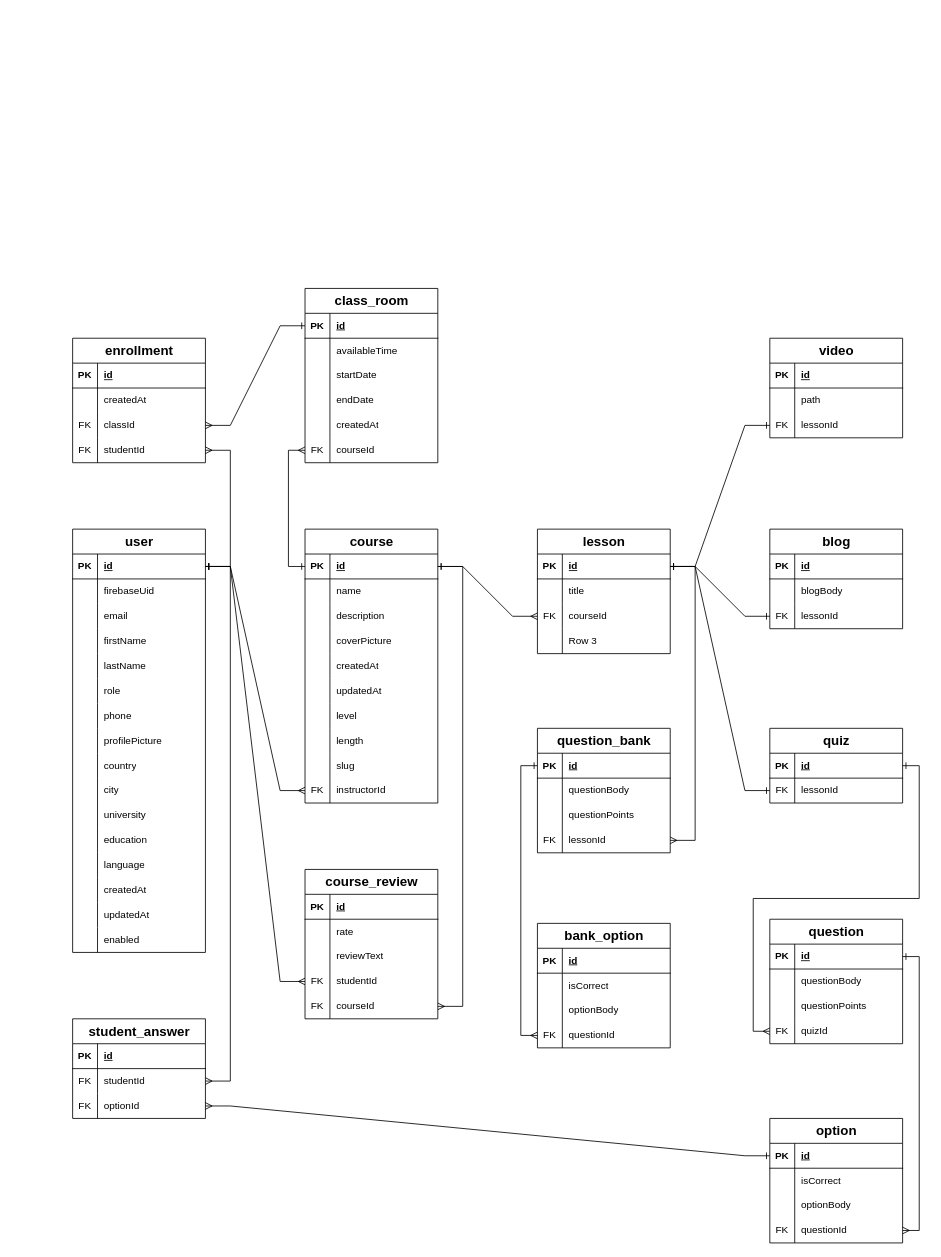
Earlier version of the draw.io diagram Dorraq.drawio (YAMANX8/UML). Source tidied: cells renumbered, new cells numbered last; positions are measured from the earlier drawing's top-left corner, leaving out a move shared by most shapes. Both pictures are drawn from the tidied source at 83%, with x=0, y=0 at pixel (72, 288).
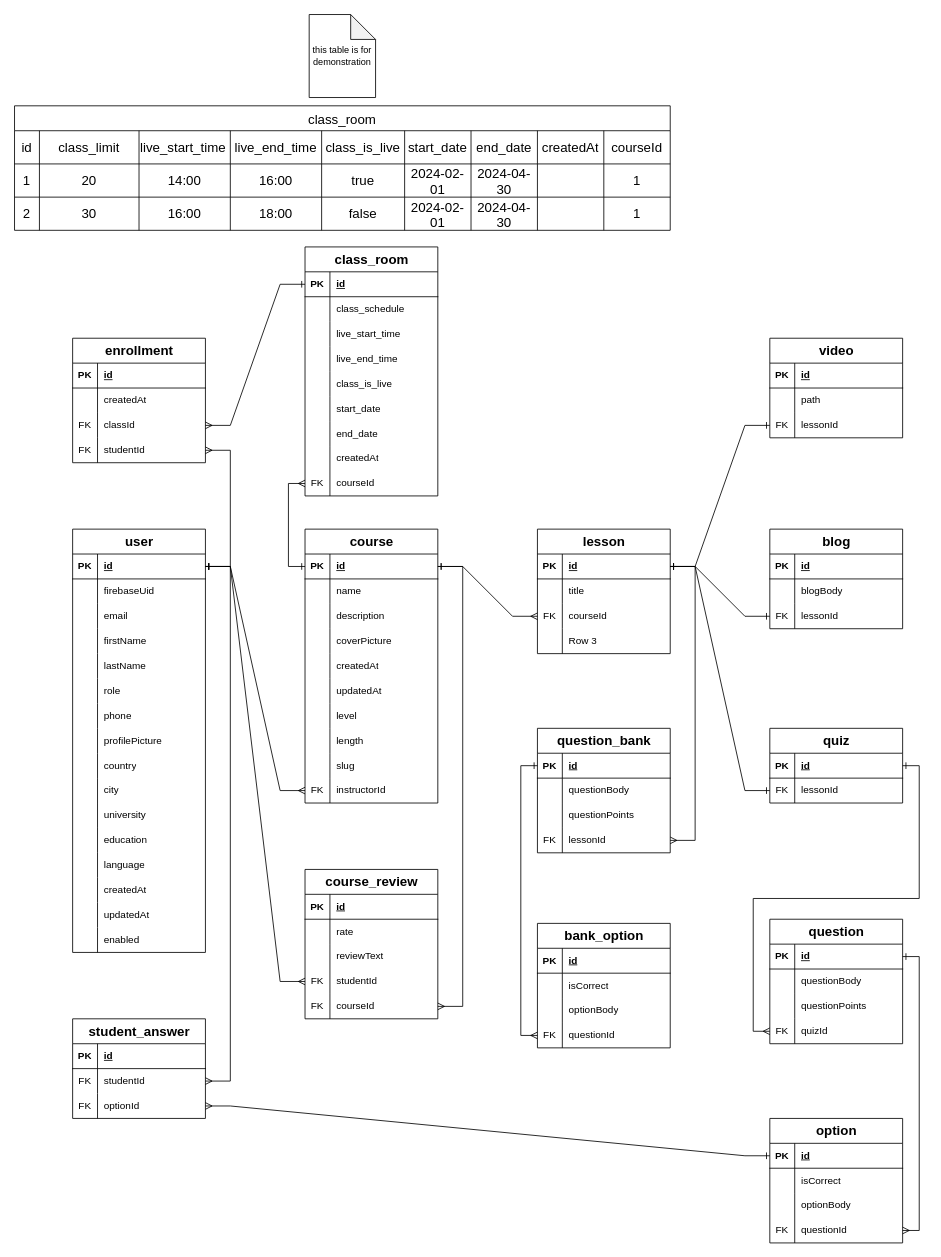
Above is the later version.

The change refers to these unchanged cells:
```xml
<mxCell id="229" style="shape=tableRow;horizontal=0;startSize=0;swimlaneHead=0;swimlaneBody=0;fillColor=none;top=0;left=0;right=0;bottom=0;" parent="225" vertex="1">
  <mxGeometry y="60" width="160" height="30" as="geometry" />
</mxCell>
```

The edit, as a diff of the source:
```diff
@@
     <mxCell id="225" value="&lt;font style=&quot;font-size: 16px;&quot;&gt;class_room&lt;/font&gt;" style="shape=table;startSize=30;childLayout=tableLayout;rowLines=0;fontStyle=1;align=center;html=1;strokeWidth=1;" parent="1" vertex="1">
-      <mxGeometry x="280" width="160" height="210" as="geometry" />
+      <mxGeometry x="280" y="-50" width="160" height="300" as="geometry" />
     </mxCell>
@@
-    <mxCell id="231" value="availableTime" style="shape=partialRectangle;fillColor=none;top=0;left=0;bottom=0;right=0;align=left;spacingLeft=6;overflow=hidden;whiteSpace=wrap;html=1;" parent="229" vertex="1">
+    <mxCell id="231" value="class_schedule" style="shape=partialRectangle;fillColor=none;top=0;left=0;bottom=0;right=0;align=left;spacingLeft=6;overflow=hidden;whiteSpace=wrap;html=1;" parent="229" vertex="1">
       <mxGeometry x="30" width="130" height="30" as="geometry" />
     </mxCell>
+    <mxCell id="248" style="shape=tableRow;horizontal=0;startSize=0;swimlaneHead=0;swimlaneBody=0;fillColor=none;top=0;left=0;right=0;bottom=0;" parent="225" vertex="1">
+      <mxGeometry y="90" width="160" height="30" as="geometry" />
+    </mxCell>
+    <mxCell id="249" style="shape=partialRectangle;fillColor=none;top=0;left=0;bottom=0;right=0;overflow=hidden;whiteSpace=wrap;html=1;" parent="248" vertex="1">
+      <mxGeometry width="30" height="30" as="geometry" />
+    </mxCell>
+    <mxCell id="250" value="live_start_time" style="shape=partialRectangle;fillColor=none;top=0;left=0;bottom=0;right=0;align=left;spacingLeft=6;overflow=hidden;whiteSpace=wrap;html=1;" parent="248" vertex="1">
+      <mxGeometry x="30" width="130" height="30" as="geometry" />
+    </mxCell>
+    <mxCell id="251" style="shape=tableRow;horizontal=0;startSize=0;swimlaneHead=0;swimlaneBody=0;fillColor=none;top=0;left=0;right=0;bottom=0;" parent="225" vertex="1">
+      <mxGeometry y="120" width="160" height="30" as="geometry" />
+    </mxCell>
+    <mxCell id="252" style="shape=partialRectangle;fillColor=none;top=0;left=0;bottom=0;right=0;overflow=hidden;whiteSpace=wrap;html=1;" parent="251" vertex="1">
+      <mxGeometry width="30" height="30" as="geometry" />
+    </mxCell>
+    <mxCell id="253" value="live_end_time" style="shape=partialRectangle;fillColor=none;top=0;left=0;bottom=0;right=0;align=left;spacingLeft=6;overflow=hidden;whiteSpace=wrap;html=1;" parent="251" vertex="1">
+      <mxGeometry x="30" width="130" height="30" as="geometry" />
+    </mxCell>
+    <mxCell id="254" style="shape=tableRow;horizontal=0;startSize=0;swimlaneHead=0;swimlaneBody=0;fillColor=none;top=0;left=0;right=0;bottom=0;" parent="225" vertex="1">
+      <mxGeometry y="150" width="160" height="30" as="geometry" />
+    </mxCell>
+    <mxCell id="255" style="shape=partialRectangle;fillColor=none;top=0;left=0;bottom=0;right=0;overflow=hidden;whiteSpace=wrap;html=1;" parent="254" vertex="1">
+      <mxGeometry width="30" height="30" as="geometry" />
+    </mxCell>
+    <mxCell id="256" value="class_is_live" style="shape=partialRectangle;fillColor=none;top=0;left=0;bottom=0;right=0;align=left;spacingLeft=6;overflow=hidden;whiteSpace=wrap;html=1;" parent="254" vertex="1">
+      <mxGeometry x="30" width="130" height="30" as="geometry" />
+    </mxCell>
     <mxCell id="232" style="shape=tableRow;horizontal=0;startSize=0;swimlaneHead=0;swimlaneBody=0;fillColor=none;top=0;left=0;right=0;bottom=0;" parent="225" vertex="1">
-      <mxGeometry y="90" width="160" height="30" as="geometry" />
+      <mxGeometry y="180" width="160" height="30" as="geometry" />
     </mxCell>
@@
-    <mxCell id="234" value="startDate" style="shape=partialRectangle;fillColor=none;top=0;left=0;bottom=0;right=0;align=left;spacingLeft=6;overflow=hidden;whiteSpace=wrap;html=1;" parent="232" vertex="1">
+    <mxCell id="234" value="start_date" style="shape=partialRectangle;fillColor=none;top=0;left=0;bottom=0;right=0;align=left;spacingLeft=6;overflow=hidden;whiteSpace=wrap;html=1;" parent="232" vertex="1">
       <mxGeometry x="30" width="130" height="30" as="geometry" />
     </mxCell>
     <mxCell id="235" style="shape=tableRow;horizontal=0;startSize=0;swimlaneHead=0;swimlaneBody=0;fillColor=none;top=0;left=0;right=0;bottom=0;" parent="225" vertex="1">
-      <mxGeometry y="120" width="160" height="30" as="geometry" />
+      <mxGeometry y="210" width="160" height="30" as="geometry" />
     </mxCell>
@@
-    <mxCell id="237" value="endDate" style="shape=partialRectangle;fillColor=none;top=0;left=0;bottom=0;right=0;align=left;spacingLeft=6;overflow=hidden;whiteSpace=wrap;html=1;" parent="235" vertex="1">
+    <mxCell id="237" value="end_date" style="shape=partialRectangle;fillColor=none;top=0;left=0;bottom=0;right=0;align=left;spacingLeft=6;overflow=hidden;whiteSpace=wrap;html=1;" parent="235" vertex="1">
       <mxGeometry x="30" width="130" height="30" as="geometry" />
     </mxCell>
     <mxCell id="238" style="shape=tableRow;horizontal=0;startSize=0;swimlaneHead=0;swimlaneBody=0;fillColor=none;top=0;left=0;right=0;bottom=0;" parent="225" vertex="1">
-      <mxGeometry y="150" width="160" height="30" as="geometry" />
+      <mxGeometry y="240" width="160" height="30" as="geometry" />
     </mxCell>
@@
     <mxCell id="241" style="shape=tableRow;horizontal=0;startSize=0;swimlaneHead=0;swimlaneBody=0;fillColor=none;points=[[0,0.5],[1,0.5]];portConstraint=eastwest;top=0;left=0;right=0;bottom=0;" parent="225" vertex="1">
-      <mxGeometry y="180" width="160" height="30" as="geometry" />
+      <mxGeometry y="270" width="160" height="30" as="geometry" />
     </mxCell>
@@
+    <mxCell id="257" value="class_room" style="shape=table;startSize=30;childLayout=tableLayout;strokeColor=default;fontSize=16;fontFamily=Helvetica;fontColor=default;" parent="1" vertex="1">
+      <mxGeometry x="-70" y="-220" width="790" height="150" as="geometry" />
+    </mxCell>
+    <mxCell id="258" style="shape=tableRow;horizontal=0;startSize=0;swimlaneHead=0;swimlaneBody=0;strokeColor=inherit;top=0;left=0;bottom=0;right=0;fillColor=none;fontSize=16;fontFamily=Helvetica;fontColor=default;" parent="257" vertex="1">
+      <mxGeometry y="30" width="790" height="40" as="geometry" />
+    </mxCell>
+    <mxCell id="259" value="id" style="shape=partialRectangle;html=1;whiteSpace=wrap;strokeColor=inherit;overflow=hidden;fillColor=none;top=0;left=0;bottom=0;right=0;fontSize=16;fontFamily=Helvetica;fontColor=default;" parent="258" vertex="1">
+      <mxGeometry width="30" height="40" as="geometry" />
+    </mxCell>
+    <mxCell id="260" value="class_limit" style="shape=partialRectangle;html=1;whiteSpace=wrap;strokeColor=inherit;overflow=hidden;fillColor=none;top=0;left=0;bottom=0;right=0;fontSize=16;fontFamily=Helvetica;fontColor=default;" parent="258" vertex="1">
+      <mxGeometry x="30" width="120" height="40" as="geometry" />
+    </mxCell>
+    <mxCell id="261" value="live_start_time&lt;span style=&quot;white-space: pre;&quot;&gt;&#9;&lt;/span&gt;" style="shape=partialRectangle;html=1;whiteSpace=wrap;strokeColor=inherit;overflow=hidden;fillColor=none;top=0;left=0;bottom=0;right=0;fontSize=16;fontFamily=Helvetica;fontColor=default;" parent="258" vertex="1">
+      <mxGeometry x="150" width="110" height="40" as="geometry" />
+    </mxCell>
+    <mxCell id="262" value="live_end_time" style="shape=partialRectangle;html=1;whiteSpace=wrap;strokeColor=inherit;overflow=hidden;fillColor=none;top=0;left=0;bottom=0;right=0;fontSize=16;fontFamily=Helvetica;fontColor=default;" parent="258" vertex="1">
+      <mxGeometry x="260" width="110" height="40" as="geometry" />
+    </mxCell>
+    <mxCell id="263" value="class_is_live" style="shape=partialRectangle;html=1;whiteSpace=wrap;strokeColor=inherit;overflow=hidden;fillColor=none;top=0;left=0;bottom=0;right=0;fontSize=16;fontFamily=Helvetica;fontColor=default;" parent="258" vertex="1">
+      <mxGeometry x="370" width="100" height="40" as="geometry" />
+    </mxCell>
+    <mxCell id="264" value="start_date" style="shape=partialRectangle;html=1;whiteSpace=wrap;strokeColor=inherit;overflow=hidden;fillColor=none;top=0;left=0;bottom=0;right=0;fontSize=16;fontFamily=Helvetica;fontColor=default;" parent="258" vertex="1">
+      <mxGeometry x="470" width="80" height="40" as="geometry" />
+    </mxCell>
+    <mxCell id="265" value="end_date" style="shape=partialRectangle;html=1;whiteSpace=wrap;strokeColor=inherit;overflow=hidden;fillColor=none;top=0;left=0;bottom=0;right=0;fontSize=16;fontFamily=Helvetica;fontColor=default;" parent="258" vertex="1">
+      <mxGeometry x="550" width="80" height="40" as="geometry" />
+    </mxCell>
+    <mxCell id="266" value="createdAt" style="shape=partialRectangle;html=1;whiteSpace=wrap;strokeColor=inherit;overflow=hidden;fillColor=none;top=0;left=0;bottom=0;right=0;fontSize=16;fontFamily=Helvetica;fontColor=default;" parent="258" vertex="1">
+      <mxGeometry x="630" width="80" height="40" as="geometry" />
+    </mxCell>
+    <mxCell id="267" value="courseId" style="shape=partialRectangle;html=1;whiteSpace=wrap;strokeColor=inherit;overflow=hidden;fillColor=none;top=0;left=0;bottom=0;right=0;fontSize=16;fontFamily=Helvetica;fontColor=default;" parent="258" vertex="1">
+      <mxGeometry x="710" width="80" height="40" as="geometry" />
+    </mxCell>
+    <mxCell id="268" style="shape=tableRow;horizontal=0;startSize=0;swimlaneHead=0;swimlaneBody=0;strokeColor=inherit;top=0;left=0;bottom=0;right=0;fillColor=none;fontSize=16;fontFamily=Helvetica;fontColor=default;" parent="257" vertex="1">
+      <mxGeometry y="70" width="790" height="40" as="geometry" />
+    </mxCell>
+    <mxCell id="269" value="1" style="shape=partialRectangle;html=1;whiteSpace=wrap;strokeColor=inherit;overflow=hidden;fillColor=none;top=0;left=0;bottom=0;right=0;fontSize=16;fontFamily=Helvetica;fontColor=default;" parent="268" vertex="1">
+      <mxGeometry width="30" height="40" as="geometry" />
+    </mxCell>
+    <mxCell id="270" value="20" style="shape=partialRectangle;html=1;whiteSpace=wrap;strokeColor=inherit;overflow=hidden;fillColor=none;top=0;left=0;bottom=0;right=0;fontSize=16;fontFamily=Helvetica;fontColor=default;" parent="268" vertex="1">
+      <mxGeometry x="30" width="120" height="40" as="geometry" />
+    </mxCell>
+    <mxCell id="271" value="14:00" style="shape=partialRectangle;html=1;whiteSpace=wrap;strokeColor=inherit;overflow=hidden;fillColor=none;top=0;left=0;bottom=0;right=0;fontSize=16;fontFamily=Helvetica;fontColor=default;" parent="268" vertex="1">
+      <mxGeometry x="150" width="110" height="40" as="geometry" />
+    </mxCell>
+    <mxCell id="272" value="16:00" style="shape=partialRectangle;html=1;whiteSpace=wrap;strokeColor=inherit;overflow=hidden;fillColor=none;top=0;left=0;bottom=0;right=0;fontSize=16;fontFamily=Helvetica;fontColor=default;" parent="268" vertex="1">
+      <mxGeometry x="260" width="110" height="40" as="geometry" />
+    </mxCell>
+    <mxCell id="273" value="true" style="shape=partialRectangle;html=1;whiteSpace=wrap;strokeColor=inherit;overflow=hidden;fillColor=none;top=0;left=0;bottom=0;right=0;fontSize=16;fontFamily=Helvetica;fontColor=default;" parent="268" vertex="1">
+      <mxGeometry x="370" width="100" height="40" as="geometry" />
+    </mxCell>
+    <mxCell id="274" value="2024-02-01" style="shape=partialRectangle;html=1;whiteSpace=wrap;strokeColor=inherit;overflow=hidden;fillColor=none;top=0;left=0;bottom=0;right=0;fontSize=16;fontFamily=Helvetica;fontColor=default;" parent="268" vertex="1">
+      <mxGeometry x="470" width="80" height="40" as="geometry" />
+    </mxCell>
+    <mxCell id="275" value="2024-04-30" style="shape=partialRectangle;html=1;whiteSpace=wrap;strokeColor=inherit;overflow=hidden;fillColor=none;top=0;left=0;bottom=0;right=0;fontSize=16;fontFamily=Helvetica;fontColor=default;" parent="268" vertex="1">
+      <mxGeometry x="550" width="80" height="40" as="geometry" />
+    </mxCell>
+    <mxCell id="276" style="shape=partialRectangle;html=1;whiteSpace=wrap;strokeColor=inherit;overflow=hidden;fillColor=none;top=0;left=0;bottom=0;right=0;fontSize=16;fontFamily=Helvetica;fontColor=default;" parent="268" vertex="1">
+      <mxGeometry x="630" width="80" height="40" as="geometry" />
+    </mxCell>
+    <mxCell id="277" value="1" style="shape=partialRectangle;html=1;whiteSpace=wrap;strokeColor=inherit;overflow=hidden;fillColor=none;top=0;left=0;bottom=0;right=0;fontSize=16;fontFamily=Helvetica;fontColor=default;" parent="268" vertex="1">
+      <mxGeometry x="710" width="80" height="40" as="geometry" />
+    </mxCell>
+    <mxCell id="278" style="shape=tableRow;horizontal=0;startSize=0;swimlaneHead=0;swimlaneBody=0;strokeColor=inherit;top=0;left=0;bottom=0;right=0;fillColor=none;fontSize=16;fontFamily=Helvetica;fontColor=default;" parent="257" vertex="1">
+      <mxGeometry y="110" width="790" height="40" as="geometry" />
+    </mxCell>
+    <mxCell id="279" value="2" style="shape=partialRectangle;html=1;whiteSpace=wrap;strokeColor=inherit;overflow=hidden;fillColor=none;top=0;left=0;bottom=0;right=0;fontSize=16;fontFamily=Helvetica;fontColor=default;" parent="278" vertex="1">
+      <mxGeometry width="30" height="40" as="geometry" />
+    </mxCell>
+    <mxCell id="280" value="30" style="shape=partialRectangle;html=1;whiteSpace=wrap;strokeColor=inherit;overflow=hidden;fillColor=none;top=0;left=0;bottom=0;right=0;fontSize=16;fontFamily=Helvetica;fontColor=default;" parent="278" vertex="1">
+      <mxGeometry x="30" width="120" height="40" as="geometry" />
+    </mxCell>
+    <mxCell id="281" value="16:00" style="shape=partialRectangle;html=1;whiteSpace=wrap;strokeColor=inherit;overflow=hidden;fillColor=none;top=0;left=0;bottom=0;right=0;fontSize=16;fontFamily=Helvetica;fontColor=default;" parent="278" vertex="1">
+      <mxGeometry x="150" width="110" height="40" as="geometry" />
+    </mxCell>
+    <mxCell id="282" value="18:00" style="shape=partialRectangle;html=1;whiteSpace=wrap;strokeColor=inherit;overflow=hidden;fillColor=none;top=0;left=0;bottom=0;right=0;fontSize=16;fontFamily=Helvetica;fontColor=default;" parent="278" vertex="1">
+      <mxGeometry x="260" width="110" height="40" as="geometry" />
+    </mxCell>
+    <mxCell id="283" value="false" style="shape=partialRectangle;html=1;whiteSpace=wrap;strokeColor=inherit;overflow=hidden;fillColor=none;top=0;left=0;bottom=0;right=0;fontSize=16;fontFamily=Helvetica;fontColor=default;" parent="278" vertex="1">
+      <mxGeometry x="370" width="100" height="40" as="geometry" />
+    </mxCell>
+    <mxCell id="284" value="2024-02-01" style="shape=partialRectangle;html=1;whiteSpace=wrap;strokeColor=inherit;overflow=hidden;fillColor=none;top=0;left=0;bottom=0;right=0;fontSize=16;fontFamily=Helvetica;fontColor=default;" parent="278" vertex="1">
+      <mxGeometry x="470" width="80" height="40" as="geometry" />
+    </mxCell>
+    <mxCell id="285" value="2024-04-30" style="shape=partialRectangle;html=1;whiteSpace=wrap;strokeColor=inherit;overflow=hidden;fillColor=none;top=0;left=0;bottom=0;right=0;fontSize=16;fontFamily=Helvetica;fontColor=default;" parent="278" vertex="1">
+      <mxGeometry x="550" width="80" height="40" as="geometry" />
+    </mxCell>
+    <mxCell id="286" style="shape=partialRectangle;html=1;whiteSpace=wrap;strokeColor=inherit;overflow=hidden;fillColor=none;top=0;left=0;bottom=0;right=0;fontSize=16;fontFamily=Helvetica;fontColor=default;" parent="278" vertex="1">
+      <mxGeometry x="630" width="80" height="40" as="geometry" />
+    </mxCell>
+    <mxCell id="287" value="1" style="shape=partialRectangle;html=1;whiteSpace=wrap;strokeColor=inherit;overflow=hidden;fillColor=none;top=0;left=0;bottom=0;right=0;fontSize=16;fontFamily=Helvetica;fontColor=default;" parent="278" vertex="1">
+      <mxGeometry x="710" width="80" height="40" as="geometry" />
+    </mxCell>
+    <mxCell id="288" value="this table is for demonstration" style="shape=note;whiteSpace=wrap;html=1;backgroundOutline=1;darkOpacity=0.05;fontFamily=Helvetica;fontSize=11;fontColor=default;" parent="1" vertex="1">
+      <mxGeometry x="285" y="-330" width="80" height="100" as="geometry" />
+    </mxCell>
```
